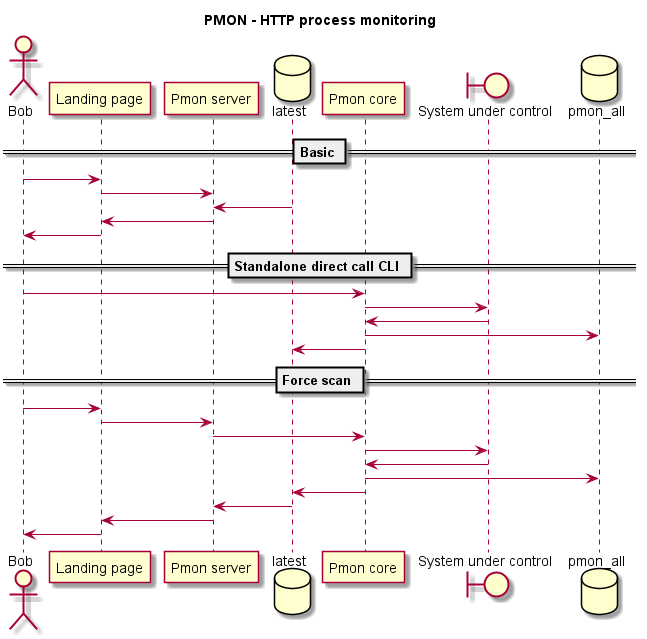
Earlier version of the PlantUML export etc/pmon.png (bernd-clemenz/pmon).
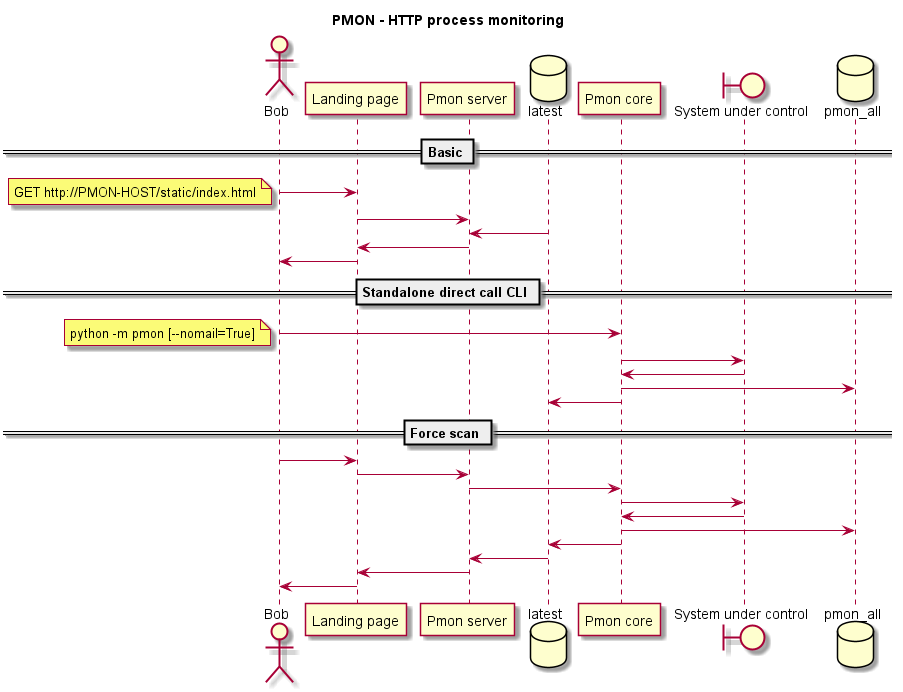
The same file after the commit.

Diff of the diagram source:
```diff
@@ -5,6 +5,9 @@
 
 == Basic ==
 Bob -> "Landing page" as L
+note left
+ GET http://PMON-HOST/static/index.html
+end note
 L -> "Pmon server" as P
 database latest as db
 db -> P
@@ -13,6 +16,9 @@
 
 == Standalone direct call CLI ==
 Bob -> "Pmon core" as C
+note left
+  python -m pmon [--nomail=True]
+end note
 boundary "System under control" as SUC
 database pmon_all as dba
 C -> SUC
```
